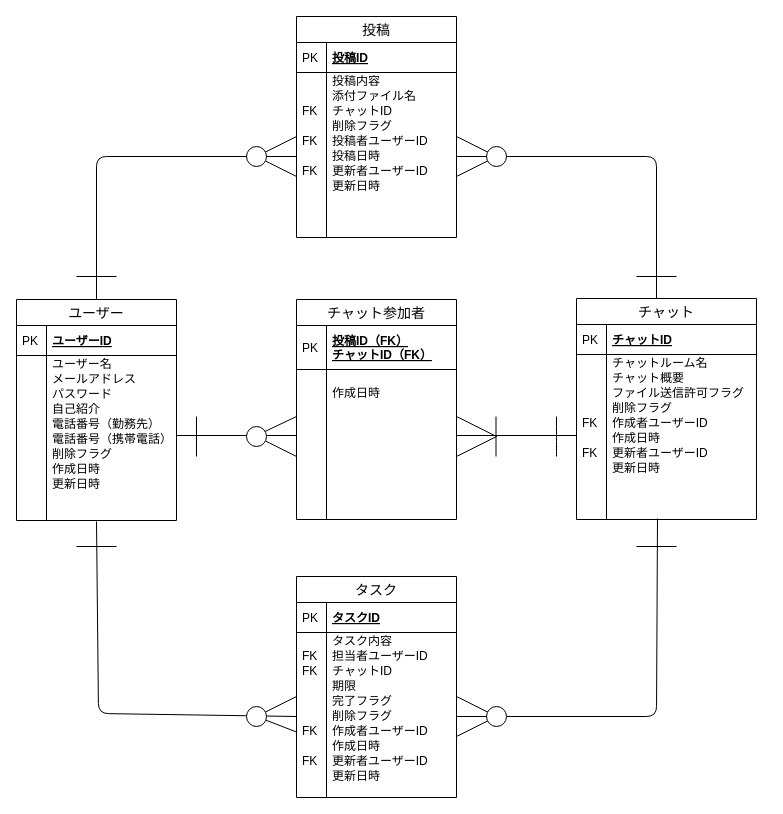
This is db/db-challenge1/dbchallenge1.drawio from kazuyanakata/quelcode-db, a draw.io file, before an edit. Source tidied: cells renumbered, new cells numbered last; positions are measured from the earlier drawing's top-left corner, leaving out a move shared by most shapes. Both pictures are drawn from the tidied source at 100%, with x=0, y=0 at pixel (16, 16).
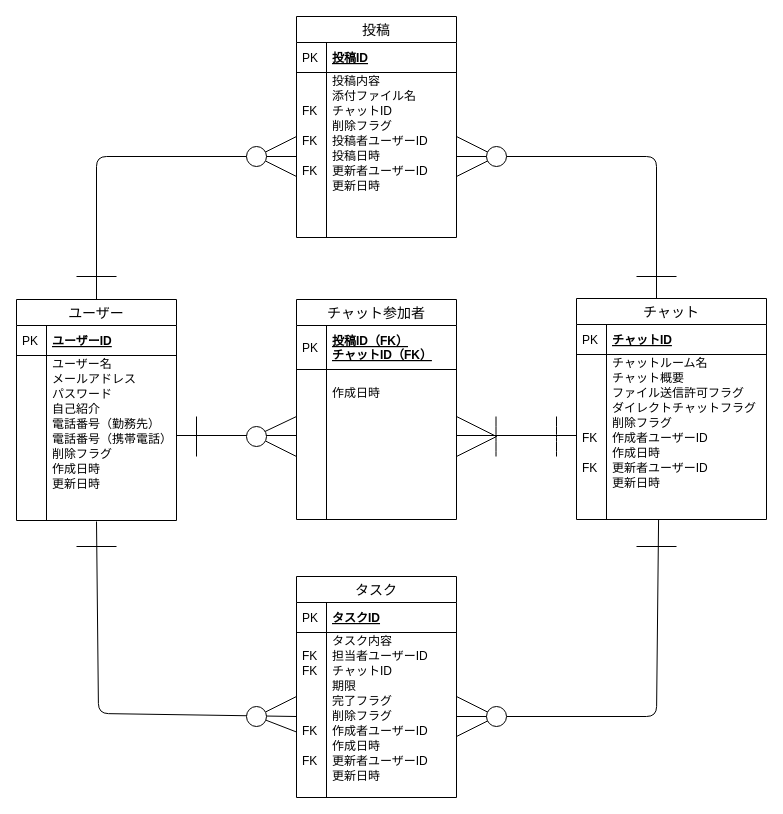
Above is the later version.

Commit message:
チャットテーブル、ダイレクトチャットフラグ追加(修正時の漏れ)

The change refers to these unchanged cells:
```xml
<mxCell id="28" style="ellipse;whiteSpace=wrap;html=1;labelBackgroundColor=none;align=left;" parent="1" vertex="1">
  <mxGeometry x="470" y="690" width="20" height="20" as="geometry" />
</mxCell>
```

Diff of the diagram source:
```diff
@@
-    <mxCell id="5" style="endArrow=none;html=1;entryX=0.45;entryY=0.933;entryDx=0;entryDy=0;entryPerimeter=0;" parent="1" edge="1" source="28" target="128">
+    <mxCell id="5" style="endArrow=none;html=1;entryX=0.432;entryY=1;entryDx=0;entryDy=0;entryPerimeter=0;" parent="1" edge="1" source="28" target="128">
       <mxGeometry relative="1" as="geometry">
         <Array as="points">
           <mxPoint x="640" y="700" />
         </Array>
       </mxGeometry>
     </mxCell>
@@
     <mxCell id="105" value="チャット" style="swimlane;fontStyle=0;horizontal=1;startSize=26;align=center;fontSize=14;" parent="1" vertex="1">
-      <mxGeometry x="560" y="282" width="180" height="221" as="geometry" />
+      <mxGeometry x="560" y="282" width="190" height="221" as="geometry" />
     </mxCell>
     <mxCell id="106" value="チャットID" style="shape=partialRectangle;top=0;left=0;right=0;bottom=1;align=left;verticalAlign=middle;fillColor=none;spacingLeft=34;spacingRight=4;overflow=hidden;fontStyle=5;fontSize=12;" parent="105" vertex="1">
-      <mxGeometry y="26" width="180" height="30" as="geometry" />
+      <mxGeometry y="26" width="190" height="30" as="geometry" />
     </mxCell>
@@
     <mxCell id="108" value="チャットルーム名" style="shape=partialRectangle;top=0;left=0;right=0;bottom=0;align=left;verticalAlign=middle;fillColor=none;spacingLeft=34;spacingRight=4;overflow=hidden;fontSize=12;" parent="105" vertex="1">
-      <mxGeometry y="56" width="180" height="15" as="geometry" />
+      <mxGeometry y="56" width="190" height="15" as="geometry" />
     </mxCell>
@@
     <mxCell id="110" value="チャット概要" style="shape=partialRectangle;top=0;left=0;right=0;bottom=0;align=left;verticalAlign=middle;fillColor=none;spacingLeft=34;spacingRight=4;overflow=hidden;fontSize=12;" parent="105" vertex="1">
-      <mxGeometry y="71" width="180" height="15" as="geometry" />
+      <mxGeometry y="71" width="190" height="15" as="geometry" />
     </mxCell>
@@
     <mxCell id="112" value="ファイル送信許可フラグ" style="shape=partialRectangle;top=0;left=0;right=0;bottom=0;align=left;verticalAlign=middle;fillColor=none;spacingLeft=34;spacingRight=4;overflow=hidden;fontSize=12;" parent="105" vertex="1">
-      <mxGeometry y="86" width="180" height="15" as="geometry" />
+      <mxGeometry y="86" width="190" height="15" as="geometry" />
     </mxCell>
@@
+    <mxCell id="124" value="ダイレクトチャットフラグ" style="shape=partialRectangle;top=0;left=0;right=0;bottom=0;align=left;verticalAlign=middle;fillColor=none;spacingLeft=34;spacingRight=4;overflow=hidden;fontSize=12;" parent="105" vertex="1">
+      <mxGeometry y="101" width="190" height="15" as="geometry" />
+    </mxCell>
+    <mxCell id="125" style="shape=partialRectangle;top=0;left=0;bottom=0;fillColor=none;align=left;verticalAlign=middle;spacingLeft=4;spacingRight=4;overflow=hidden;fontSize=12;" parent="124" vertex="1">
+      <mxGeometry width="30" height="15" as="geometry" />
+    </mxCell>
     <mxCell id="114" value="削除フラグ" style="shape=partialRectangle;top=0;left=0;right=0;bottom=0;align=left;verticalAlign=middle;fillColor=none;spacingLeft=34;spacingRight=4;overflow=hidden;fontSize=12;" parent="105" vertex="1">
-      <mxGeometry y="101" width="180" height="15" as="geometry" />
+      <mxGeometry y="116" width="190" height="15" as="geometry" />
     </mxCell>
@@
     <mxCell id="116" value="作成者ユーザーID" style="shape=partialRectangle;top=0;left=0;right=0;bottom=0;align=left;verticalAlign=middle;fillColor=none;spacingLeft=34;spacingRight=4;overflow=hidden;fontSize=12;" parent="105" vertex="1">
-      <mxGeometry y="116" width="180" height="15" as="geometry" />
+      <mxGeometry y="131" width="190" height="15" as="geometry" />
     </mxCell>
@@
     <mxCell id="118" value="作成日時" style="shape=partialRectangle;top=0;left=0;right=0;bottom=0;align=left;verticalAlign=middle;fillColor=none;spacingLeft=34;spacingRight=4;overflow=hidden;fontSize=12;" parent="105" vertex="1">
-      <mxGeometry y="131" width="180" height="15" as="geometry" />
+      <mxGeometry y="146" width="190" height="15" as="geometry" />
     </mxCell>
@@
     <mxCell id="120" value="更新者ユーザーID" style="shape=partialRectangle;top=0;left=0;right=0;bottom=0;align=left;verticalAlign=middle;fillColor=none;spacingLeft=34;spacingRight=4;overflow=hidden;fontSize=12;" parent="105" vertex="1">
-      <mxGeometry y="146" width="180" height="15" as="geometry" />
+      <mxGeometry y="161" width="190" height="15" as="geometry" />
     </mxCell>
@@
     <mxCell id="122" value="更新日時" style="shape=partialRectangle;top=0;left=0;right=0;bottom=0;align=left;verticalAlign=middle;fillColor=none;spacingLeft=34;spacingRight=4;overflow=hidden;fontSize=12;" parent="105" vertex="1">
-      <mxGeometry y="161" width="180" height="15" as="geometry" />
+      <mxGeometry y="176" width="190" height="15" as="geometry" />
     </mxCell>
@@
-    <mxCell id="124" style="shape=partialRectangle;top=0;left=0;right=0;bottom=0;align=left;verticalAlign=top;fillColor=none;spacingLeft=34;spacingRight=4;overflow=hidden;fontSize=12;" parent="105" vertex="1">
-      <mxGeometry y="176" width="180" height="15" as="geometry" />
-    </mxCell>
-    <mxCell id="125" style="shape=partialRectangle;top=0;left=0;bottom=0;fillColor=none;align=left;verticalAlign=middle;spacingLeft=4;spacingRight=4;overflow=hidden;fontSize=12;" parent="124" vertex="1">
-      <mxGeometry width="30" height="15" as="geometry" />
-    </mxCell>
     <mxCell id="126" style="shape=partialRectangle;top=0;left=0;right=0;bottom=0;align=left;verticalAlign=top;fillColor=none;spacingLeft=34;spacingRight=4;overflow=hidden;fontSize=12;" parent="105" vertex="1">
-      <mxGeometry y="191" width="180" height="15" as="geometry" />
+      <mxGeometry y="191" width="190" height="15" as="geometry" />
     </mxCell>
@@
     <mxCell id="128" style="shape=partialRectangle;top=0;left=0;right=0;bottom=0;align=left;verticalAlign=top;fillColor=none;spacingLeft=34;spacingRight=4;overflow=hidden;points=[[0,0.5],[1,0.5]];portConstraint=eastwest;fontSize=12;" parent="105" vertex="1">
-      <mxGeometry y="206" width="180" height="15" as="geometry" />
+      <mxGeometry y="206" width="190" height="15" as="geometry" />
     </mxCell>
```
